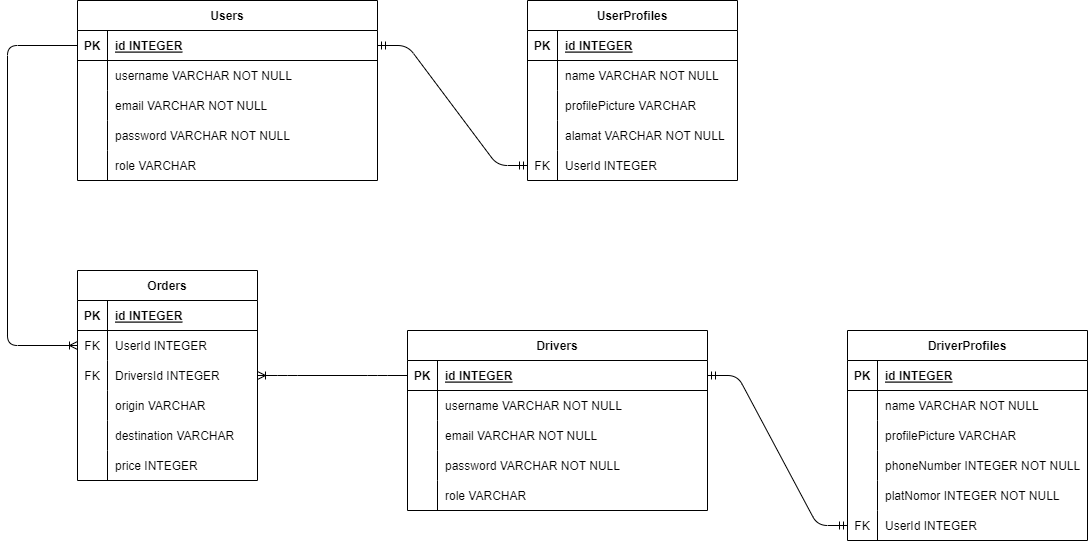
Earlier version of the draw.io export Ojekin-Schema.drawio.png (arief-rahman-rizaldhi/Ojekin). Source tidied: cells renumbered, new cells last; positions are measured from the earlier drawing's top-left corner, leaving out a move shared by most shapes.
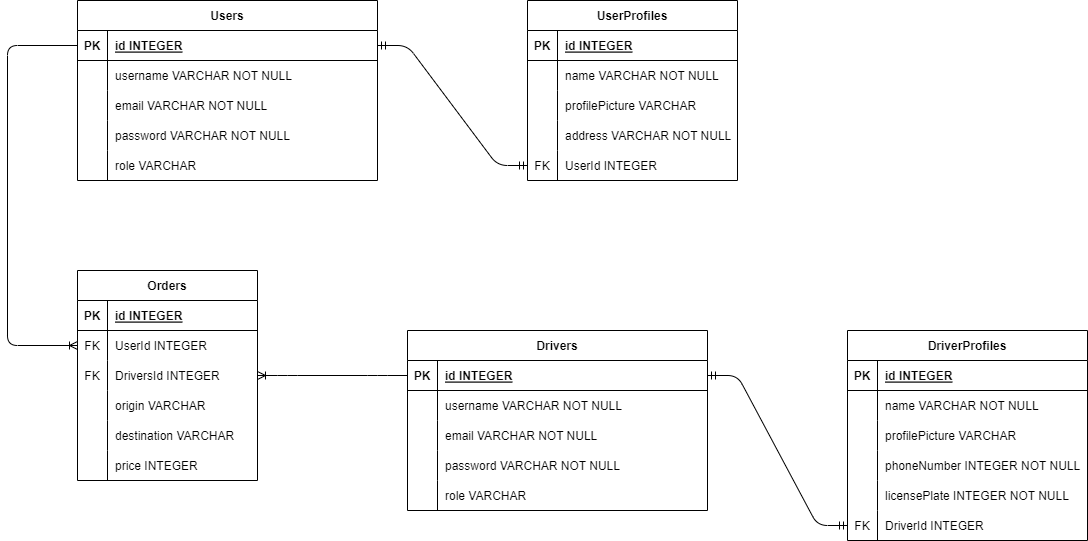
The same diagram one commit later.

The edit, as a diff of the source:
```diff
@@ -151,7 +151,7 @@
     <mxCell id="49" style="shape=partialRectangle;fillColor=none;top=0;left=0;bottom=0;right=0;overflow=hidden;" parent="48" vertex="1">
       <mxGeometry width="30" height="30" as="geometry" />
     </mxCell>
-    <mxCell id="50" value="alamat VARCHAR NOT NULL" style="shape=partialRectangle;fillColor=none;top=0;left=0;bottom=0;right=0;align=left;spacingLeft=6;overflow=hidden;" parent="48" vertex="1">
+    <mxCell id="50" value="address VARCHAR NOT NULL" style="shape=partialRectangle;fillColor=none;top=0;left=0;bottom=0;right=0;align=left;spacingLeft=6;overflow=hidden;" parent="48" vertex="1">
       <mxGeometry x="30" width="180" height="30" as="geometry" />
     </mxCell>
     <mxCell id="51" style="shape=tableRow;horizontal=0;startSize=0;swimlaneHead=0;swimlaneBody=0;fillColor=none;points=[[0,0.5],[1,0.5]];portConstraint=eastwest;top=0;left=0;right=0;bottom=0;" parent="38" vertex="1">
@@ -259,7 +259,7 @@
     <mxCell id="85" style="shape=partialRectangle;fillColor=none;top=0;left=0;bottom=0;right=0;overflow=hidden;" parent="84" vertex="1">
       <mxGeometry width="30" height="30" as="geometry" />
     </mxCell>
-    <mxCell id="86" value="platNomor INTEGER NOT NULL" style="shape=partialRectangle;fillColor=none;top=0;left=0;bottom=0;right=0;align=left;spacingLeft=6;overflow=hidden;" parent="84" vertex="1">
+    <mxCell id="86" value="licensePlate INTEGER NOT NULL" style="shape=partialRectangle;fillColor=none;top=0;left=0;bottom=0;right=0;align=left;spacingLeft=6;overflow=hidden;" parent="84" vertex="1">
       <mxGeometry x="30" width="210" height="30" as="geometry" />
     </mxCell>
     <mxCell id="87" style="shape=tableRow;horizontal=0;startSize=0;swimlaneHead=0;swimlaneBody=0;fillColor=none;points=[[0,0.5],[1,0.5]];portConstraint=eastwest;top=0;left=0;right=0;bottom=0;" parent="71" vertex="1">
@@ -268,7 +268,7 @@
     <mxCell id="88" value="FK" style="shape=partialRectangle;fillColor=none;top=0;left=0;bottom=0;right=0;overflow=hidden;" parent="87" vertex="1">
       <mxGeometry width="30" height="30" as="geometry" />
     </mxCell>
-    <mxCell id="89" value="UserId INTEGER" style="shape=partialRectangle;fillColor=none;top=0;left=0;bottom=0;right=0;align=left;spacingLeft=6;overflow=hidden;" parent="87" vertex="1">
+    <mxCell id="89" value="DriverId INTEGER" style="shape=partialRectangle;fillColor=none;top=0;left=0;bottom=0;right=0;align=left;spacingLeft=6;overflow=hidden;" parent="87" vertex="1">
       <mxGeometry x="30" width="210" height="30" as="geometry" />
     </mxCell>
     <mxCell id="90" style="edgeStyle=entityRelationEdgeStyle;fontSize=12;html=1;endArrow=ERoneToMany;" parent="1" edge="1" source="56" target="25">
```
